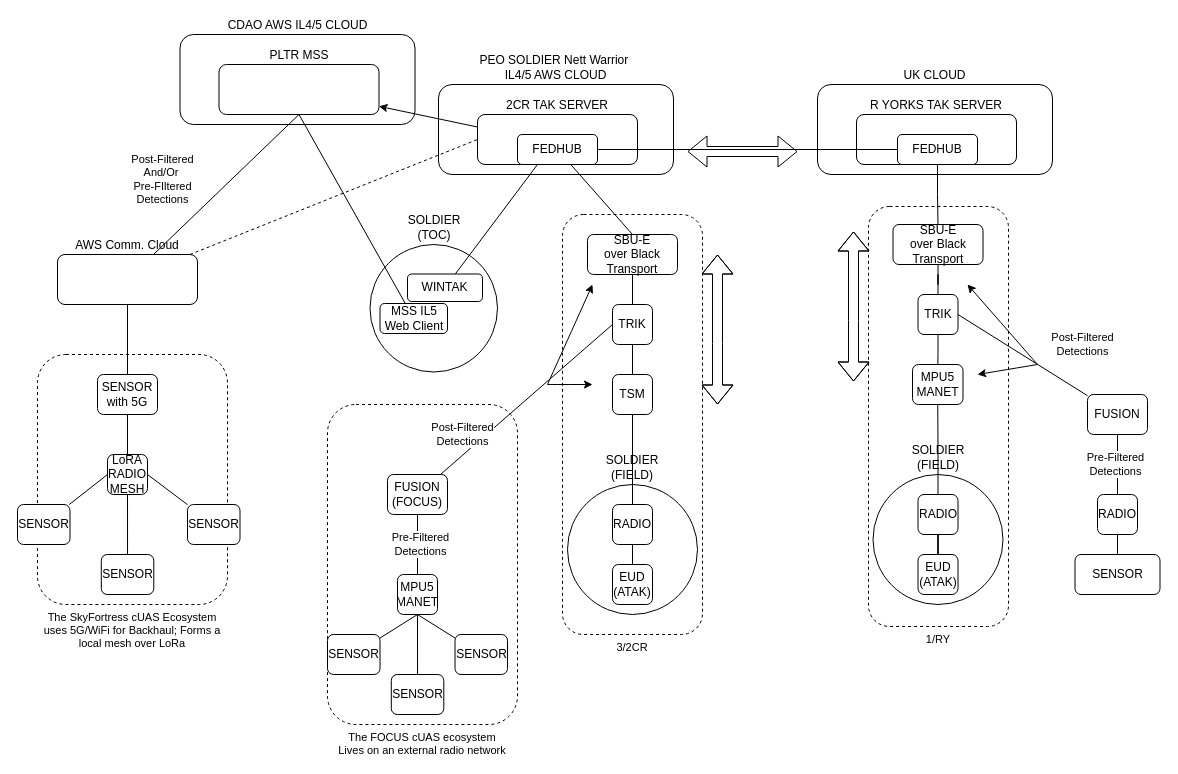
Above: baseline/EXFLYTRAP-DATAPIPES-BASELINE.drawio in dlf-dds/FLYTRAP-ALL-ARCH (draw.io), before the change. Source tidied: cells renumbered, new cells numbered last; positions are measured from the earlier drawing's top-left corner, leaving out a move shared by most shapes. Both pictures are drawn from the tidied source at 100%, with x=0, y=0 at pixel (17, 34).
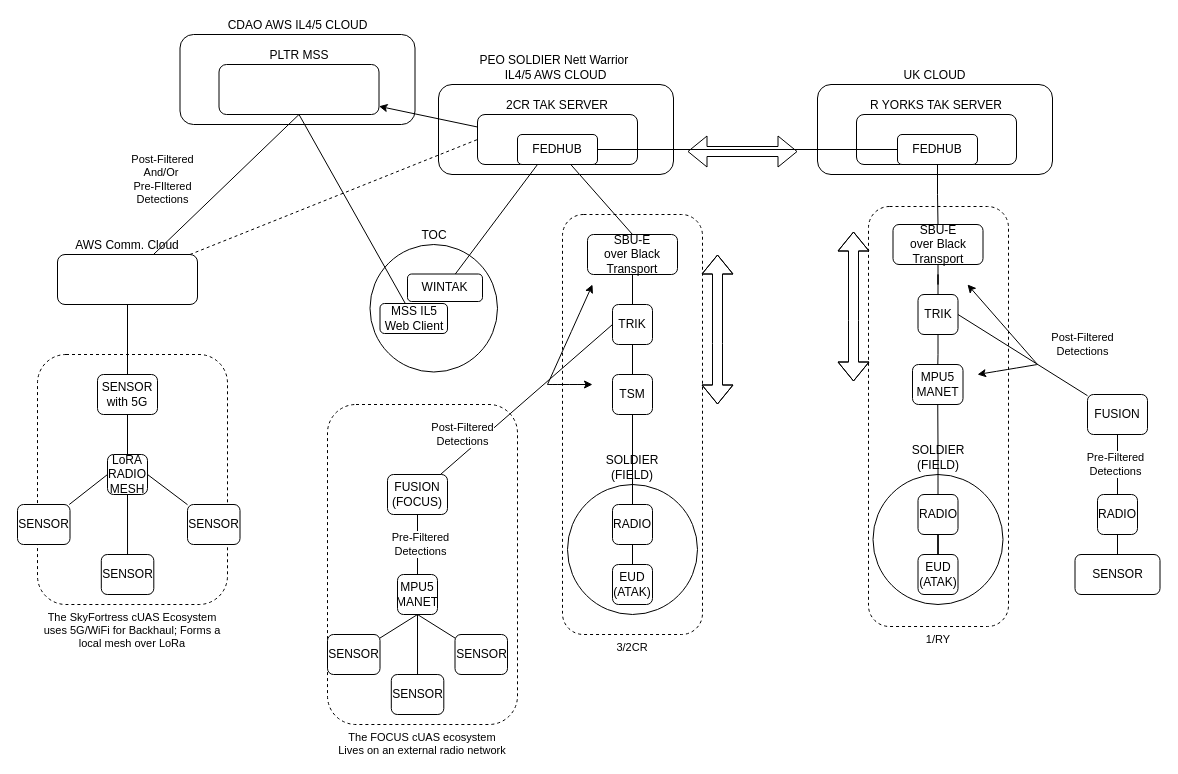
The same diagram, later.

Commit message:
Test: update topology diagram

Change to the diagram source:
```diff
@@
-    <mxCell id="79" value="SOLDIER&lt;div&gt;(TOC)&lt;/div&gt;" style="ellipse;whiteSpace=wrap;html=1;labelPosition=center;verticalLabelPosition=top;align=center;verticalAlign=bottom;" parent="1" vertex="1">
+    <mxCell id="79" value="&lt;div&gt;TOC&lt;/div&gt;" style="ellipse;whiteSpace=wrap;html=1;labelPosition=center;verticalLabelPosition=top;align=center;verticalAlign=bottom;" parent="1" vertex="1">
       <mxGeometry x="352.5" y="210" width="127.5" height="127.5" as="geometry" />
     </mxCell>
```
